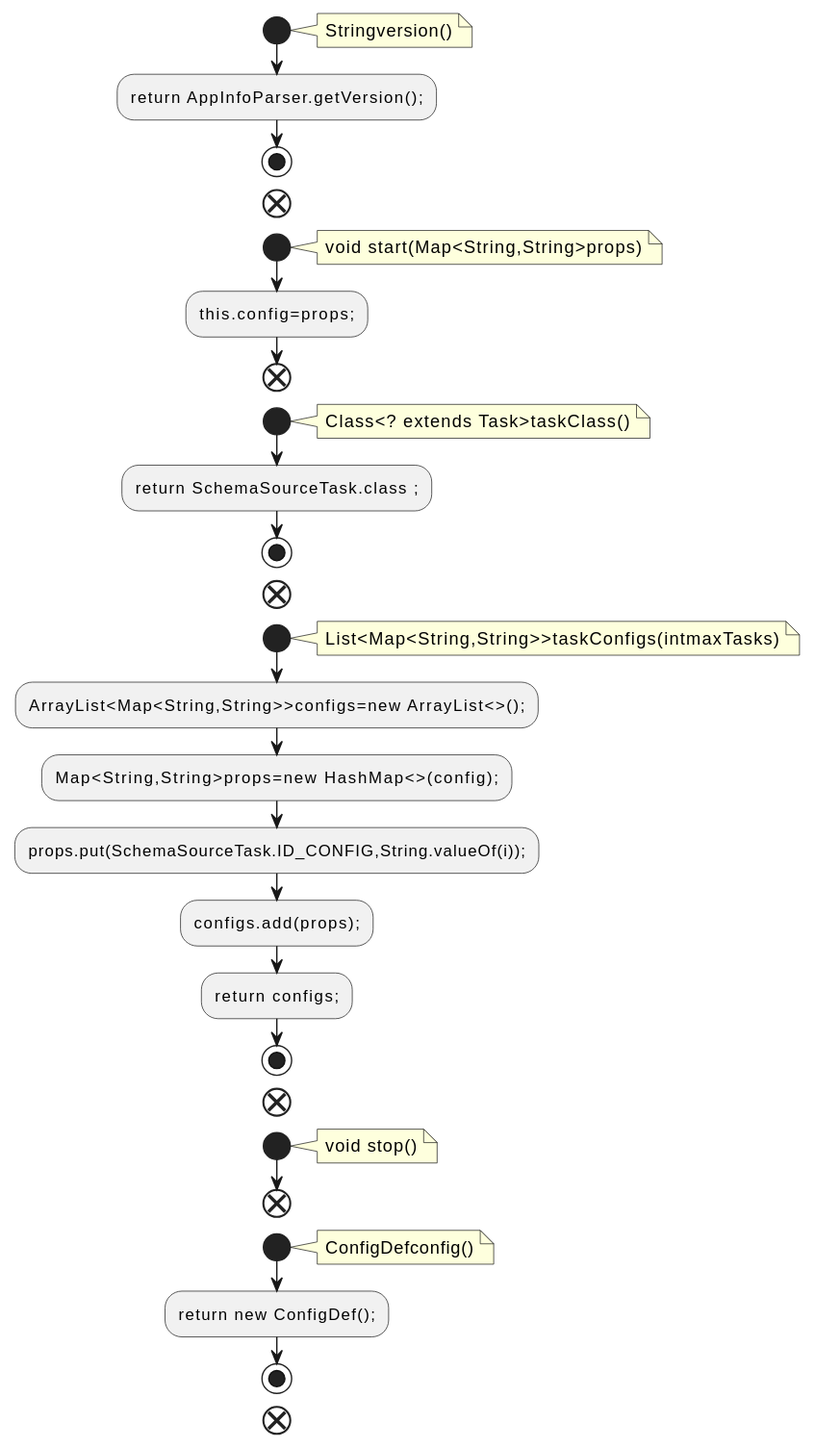
qualitesys/kafka keeps this PlantUML diagram as docs/qc/connect/runtime/src/main/java/org/apache/kafka/connect/tools/SchemaSourceConnector.java.fct.svg. Above is the earlier version.
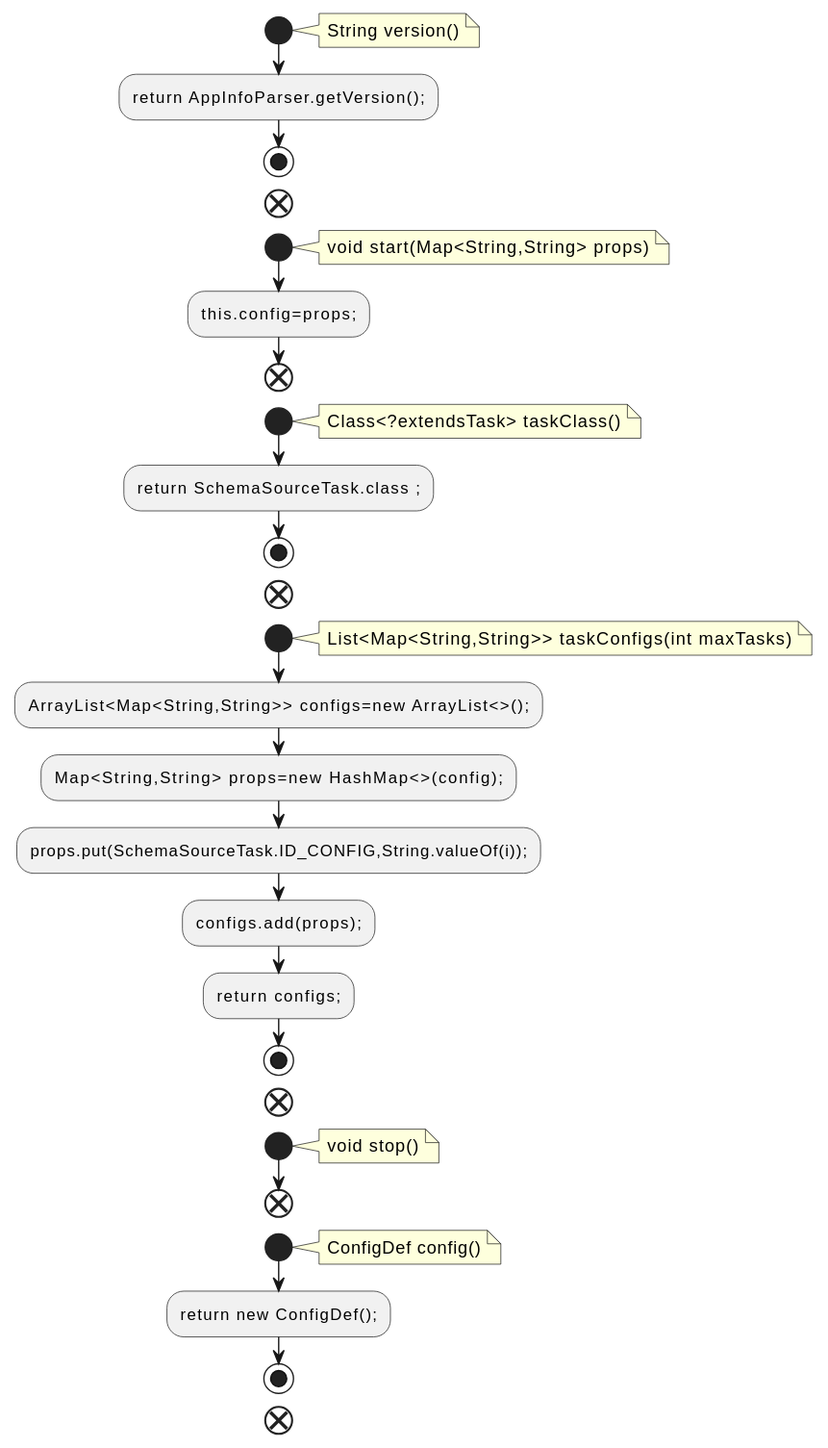
The same file after the commit.

The edit, as a diff of the source:
```diff
@@ -2,30 +2,30 @@
 !pragma layout smetana
 start
 note right
-Stringversion()
+String version()
 end note
 :return AppInfoParser.getVersion();;
 stop
 end
 start
 note right
-void start(Map<String,String>props)
+void start(Map<String,String> props)
 end note
 :this.config=props;;
 end
 start
 note right
-Class<?  extends Task>taskClass()
+Class<?extendsTask> taskClass()
 end note
 :return SchemaSourceTask.class ;;
 stop
 end
 start
 note right
-List<Map<String,String>>taskConfigs(intmaxTasks)
+List<Map<String,String>> taskConfigs(int maxTasks)
 end note
-:ArrayList<Map<String,String>>configs=new ArrayList<>();;
-:Map<String,String>props=new HashMap<>(config);;
+:ArrayList<Map<String,String>> configs=new ArrayList<>();;
+:Map<String,String> props=new HashMap<>(config);;
 :props.put(SchemaSourceTask.ID_CONFIG,String.valueOf(i));;
 :configs.add(props);;
 :return configs;;
@@ -38,7 +38,7 @@
 end
 start
 note right
-ConfigDefconfig()
+ConfigDef config()
 end note
 :return new ConfigDef();;
 stop
```
